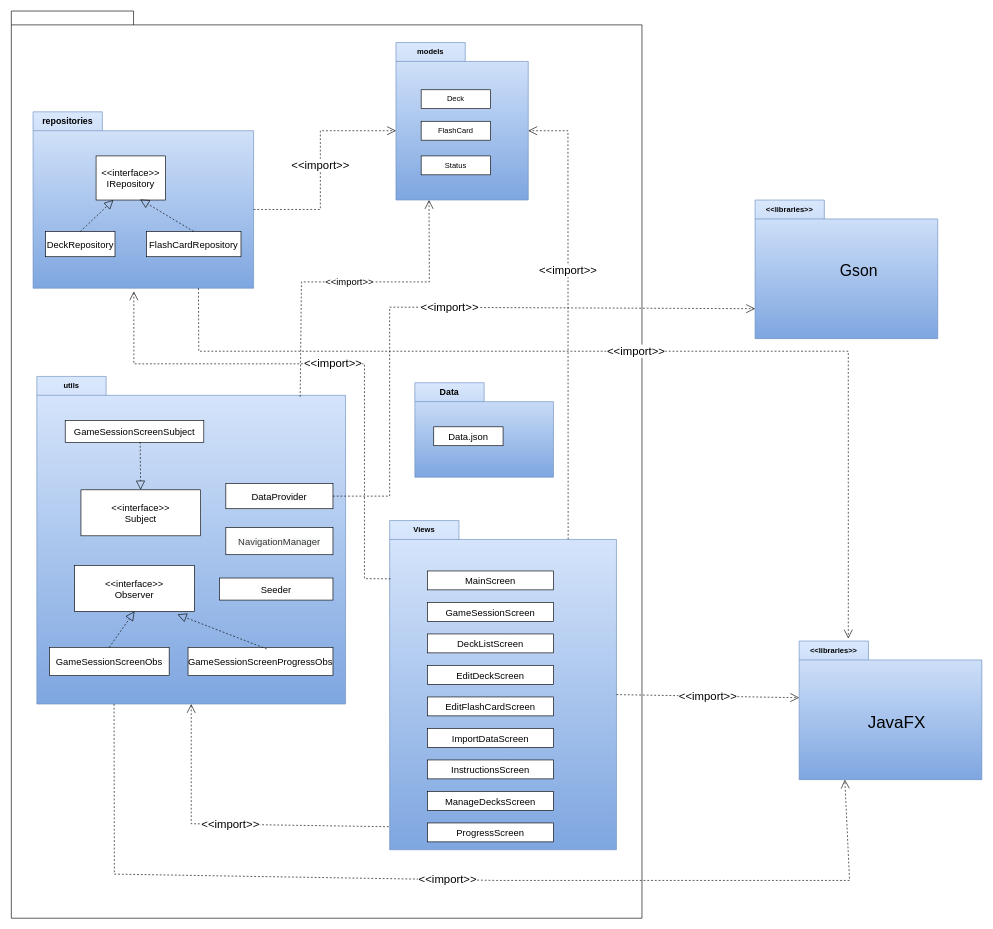
Earlier version of the draw.io diagram package.drawio (wasimic311/uml). Source tidied: cells renumbered, new cells numbered last; positions are measured from the earlier drawing's top-left corner, leaving out a move shared by most shapes. Both pictures are drawn from the tidied source at 63%, with x=0, y=0 at pixel (11, 11).
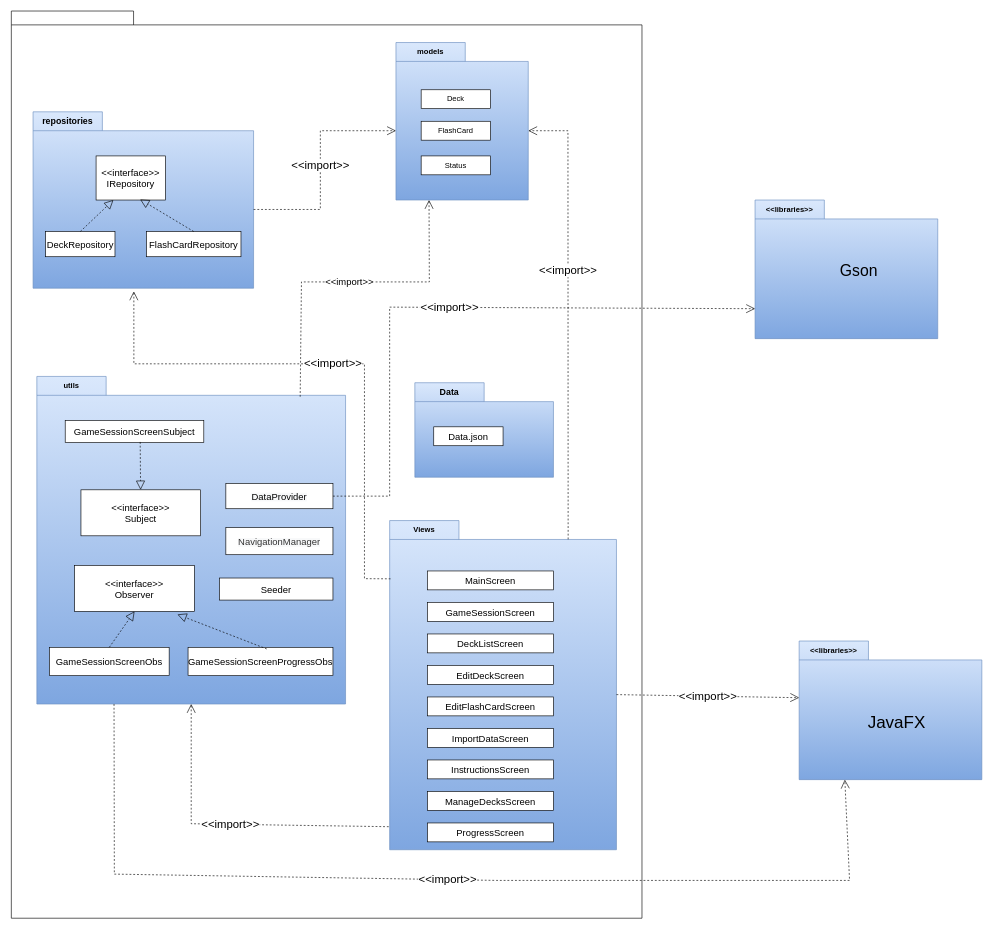
Above is the later version.

The change refers to these unchanged cells:
```xml
<mxCell id="7" value="&lt;font style=&quot;font-size: 14px;&quot;&gt;repositories&lt;/font&gt;" style="shape=folder;fontStyle=1;tabWidth=110;tabHeight=30;tabPosition=left;html=1;boundedLbl=1;labelInHeader=1;whiteSpace=wrap;fillColor=#dae8fc;gradientColor=#7ea6e0;strokeColor=#6c8ebf;" parent="1" vertex="1">
  <mxGeometry x="34" y="160" width="350" height="280" as="geometry" />
</mxCell>
<mxCell id="25" value="&amp;lt;&amp;lt;libraries&amp;gt;&amp;gt;" style="shape=folder;fontStyle=1;tabWidth=110;tabHeight=30;tabPosition=left;html=1;boundedLbl=1;labelInHeader=1;whiteSpace=wrap;fillColor=#dae8fc;strokeColor=#6c8ebf;gradientColor=#7ea6e0;" parent="1" vertex="1">
  <mxGeometry x="1250" y="1000" width="290" height="220" as="geometry" />
</mxCell>
```

Change to the diagram source:
```diff
@@
-    <mxCell id="49" value="&lt;span style=&quot;font-size: 18px;&quot;&gt;&amp;lt;&amp;lt;import&amp;gt;&amp;gt;&lt;/span&gt;" style="endArrow=open;endSize=12;dashed=1;html=1;rounded=0;exitX=0.75;exitY=1;exitDx=0;exitDy=0;exitPerimeter=0;entryX=0.269;entryY=-0.018;entryDx=0;entryDy=0;entryPerimeter=0;" parent="1" edge="1" source="7" target="25">
-      <mxGeometry relative="1" as="geometry">
-        <Array as="points">
-          <mxPoint x="297" y="540" />
-          <mxPoint x="1110" y="540" />
-          <mxPoint x="1328" y="540" />
-        </Array>
-      </mxGeometry>
-    </mxCell>
```
